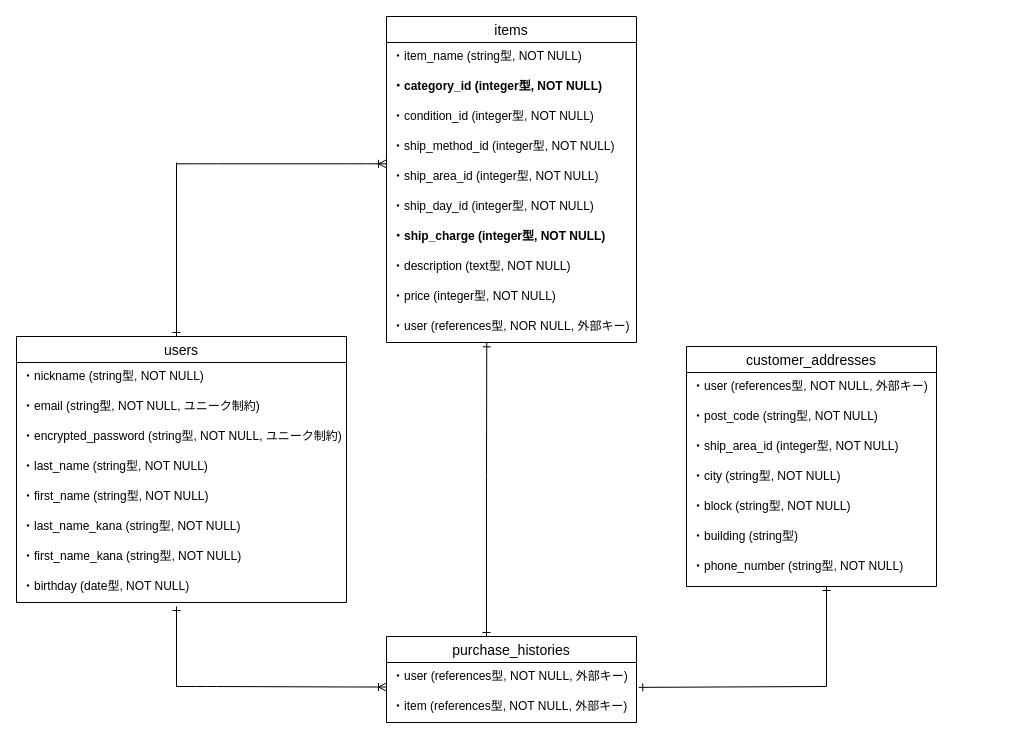
sin-bit0731/furima-39482 keeps this draw.io diagram as furima.dio. Above is the earlier version. Source tidied: cells renumbered, new cells numbered last; positions are measured from the earlier drawing's top-left corner, leaving out a move shared by most shapes. Both pictures are drawn from the tidied source at 100%, with x=0, y=0 at pixel (16, 16).
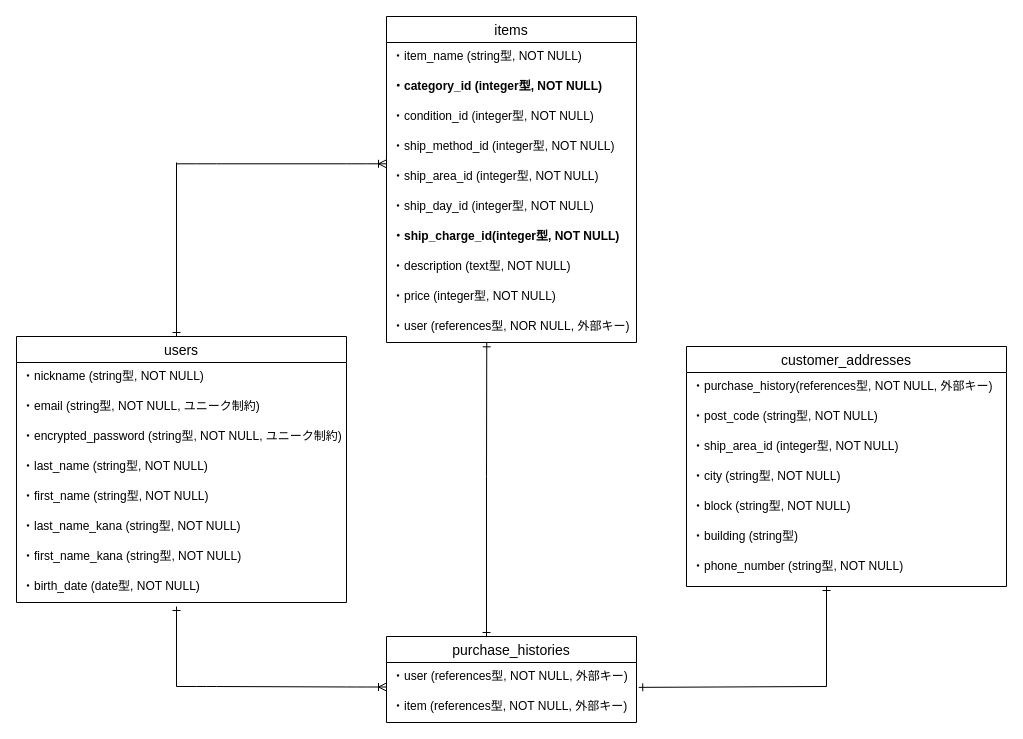
Above is the later version.

Unchanged cells that the change refers to:
```xml
<mxCell id="2" value="users" style="swimlane;fontStyle=0;horizontal=1;startSize=26;align=center;fontSize=14;" parent="1" vertex="1">
  <mxGeometry y="320" width="330" height="266" as="geometry" />
</mxCell>
<mxCell id="12" value="items" style="swimlane;fontStyle=0;horizontal=1;startSize=26;align=center;fontSize=14;" parent="1" vertex="1">
  <mxGeometry x="370" width="250" height="326" as="geometry" />
</mxCell>
```

Diff of the diagram source:
```diff
@@
-    <mxCell id="10" value="・birthday (date型, NOT NULL)" style="text;strokeColor=none;fillColor=none;spacingLeft=4;spacingRight=4;overflow=hidden;fontSize=12;" parent="2" vertex="1">
+    <mxCell id="10" value="・birth_date (date型, NOT NULL)" style="text;strokeColor=none;fillColor=none;spacingLeft=4;spacingRight=4;overflow=hidden;fontSize=12;" parent="2" vertex="1">
       <mxGeometry y="236" width="330" height="30" as="geometry" />
     </mxCell>
@@
-    <mxCell id="19" value="・ship_charge (integer型, NOT NULL)" style="text;strokeColor=none;fillColor=none;spacingLeft=4;spacingRight=4;overflow=hidden;fontSize=12;fontStyle=1;" parent="12" vertex="1">
+    <mxCell id="19" value="・ship_charge_id(integer型, NOT NULL)" style="text;strokeColor=none;fillColor=none;spacingLeft=4;spacingRight=4;overflow=hidden;fontSize=12;fontStyle=1;" parent="12" vertex="1">
       <mxGeometry y="206" width="250" height="30" as="geometry" />
     </mxCell>
@@
     <mxCell id="26" value="customer_addresses" style="swimlane;fontStyle=0;horizontal=1;startSize=26;align=center;fontSize=14;" parent="1" vertex="1">
-      <mxGeometry x="670" y="330" width="250" height="240" as="geometry" />
+      <mxGeometry x="670" y="330" width="320" height="240" as="geometry" />
     </mxCell>
-    <mxCell id="27" value="・user (references型, NOT NULL, 外部キー)&#10; " style="text;strokeColor=none;fillColor=none;spacingLeft=4;spacingRight=4;overflow=hidden;fontSize=12;" parent="26" vertex="1">
-      <mxGeometry y="26" width="250" height="30" as="geometry" />
+    <mxCell id="27" value="・purchase_history(references型, NOT NULL, 外部キー)&#10; " style="text;strokeColor=none;fillColor=none;spacingLeft=4;spacingRight=4;overflow=hidden;fontSize=12;" parent="26" vertex="1">
+      <mxGeometry y="26" width="320" height="30" as="geometry" />
     </mxCell>
     <mxCell id="28" value="・post_code (string型, NOT NULL)" style="text;strokeColor=none;fillColor=none;spacingLeft=4;spacingRight=4;overflow=hidden;fontSize=12;" parent="26" vertex="1">
-      <mxGeometry y="56" width="250" height="30" as="geometry" />
+      <mxGeometry y="56" width="320" height="30" as="geometry" />
     </mxCell>
     <mxCell id="29" value="・ship_area_id (integer型, NOT NULL)" style="text;strokeColor=none;fillColor=none;spacingLeft=4;spacingRight=4;overflow=hidden;fontSize=12;" parent="26" vertex="1">
-      <mxGeometry y="86" width="250" height="30" as="geometry" />
+      <mxGeometry y="86" width="320" height="30" as="geometry" />
     </mxCell>
     <mxCell id="30" value="・city (string型, NOT NULL)" style="text;strokeColor=none;fillColor=none;spacingLeft=4;spacingRight=4;overflow=hidden;fontSize=12;" parent="26" vertex="1">
-      <mxGeometry y="116" width="250" height="30" as="geometry" />
+      <mxGeometry y="116" width="320" height="30" as="geometry" />
     </mxCell>
     <mxCell id="31" value="・block (string型, NOT NULL)" style="text;strokeColor=none;fillColor=none;spacingLeft=4;spacingRight=4;overflow=hidden;fontSize=12;" parent="26" vertex="1">
-      <mxGeometry y="146" width="250" height="30" as="geometry" />
+      <mxGeometry y="146" width="320" height="30" as="geometry" />
     </mxCell>
     <mxCell id="32" value="・building (string型)" style="text;strokeColor=none;fillColor=none;spacingLeft=4;spacingRight=4;overflow=hidden;fontSize=12;fontStyle=0;" parent="26" vertex="1">
-      <mxGeometry y="176" width="250" height="30" as="geometry" />
+      <mxGeometry y="176" width="320" height="30" as="geometry" />
     </mxCell>
     <mxCell id="33" value="・phone_number (string型, NOT NULL)" style="text;strokeColor=none;fillColor=none;spacingLeft=4;spacingRight=4;overflow=hidden;fontSize=12;" parent="26" vertex="1">
-      <mxGeometry y="206" width="250" height="34" as="geometry" />
+      <mxGeometry y="206" width="320" height="34" as="geometry" />
     </mxCell>
```
